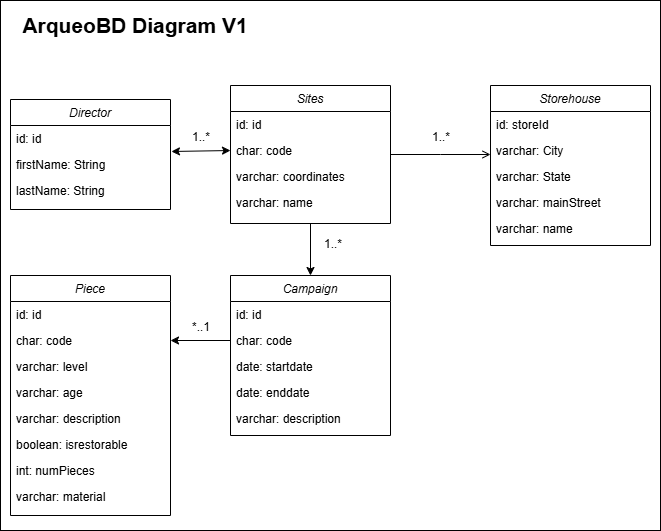
This is src/main/resources/arqueobddiagram.png from marcospaab/ArqueoBD, a draw.io export, as it was before one commit. Source tidied: cells renumbered, new cells last; positions are measured from the earlier drawing's top-left corner, leaving out a move shared by most shapes.
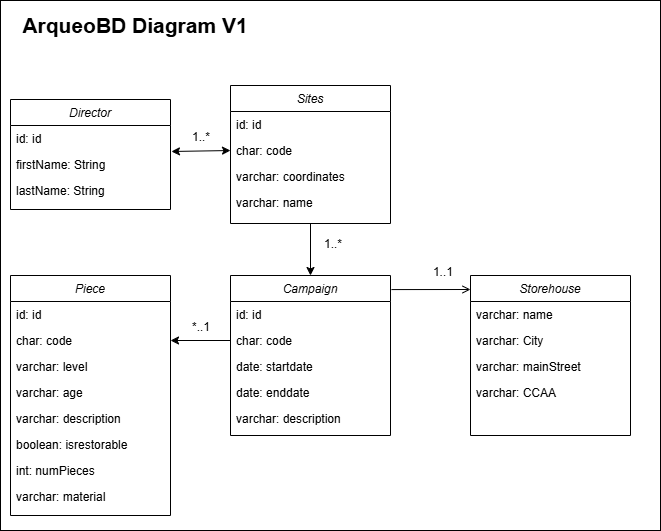
Above is the later version.

Commit message:
Cambios en la entidad Campaign. Aumento de test unitarios. Actualización del Diagrama de la Base de datos. Entidad embebida Storehouse.java

Change to the diagram source:
```diff
@@ -21,29 +21,26 @@
       <mxGeometry y="104" width="160" height="26" as="geometry" />
     </mxCell>
     <mxCell id="8" value="Storehouse" style="swimlane;fontStyle=2;align=center;verticalAlign=top;horizontal=1;startSize=26;rounded=0;shadow=0;strokeWidth=1;" parent="1" vertex="1">
-      <mxGeometry x="490" y="85" width="160" height="160" as="geometry" />
+      <mxGeometry x="470" y="275" width="160" height="160" as="geometry" />
     </mxCell>
-    <mxCell id="9" value="id: storeId" style="text;align=left;verticalAlign=top;spacingLeft=4;spacingRight=4;overflow=hidden;" parent="8" vertex="1">
-      <mxGeometry y="26" width="160" height="26" as="geometry" />
-    </mxCell>
+    <mxCell id="13" value="varchar: name" style="text;align=left;verticalAlign=top;spacingLeft=4;spacingRight=4;overflow=hidden;rounded=0;shadow=0;html=0;" parent="8" vertex="1">
+      <mxGeometry y="26" width="160" height="26" as="geometry" />
+    </mxCell>
     <mxCell id="10" value="varchar: City" style="text;align=left;verticalAlign=top;spacingLeft=4;spacingRight=4;overflow=hidden;rounded=0;shadow=0;html=0;" parent="8" vertex="1">
       <mxGeometry y="52" width="160" height="26" as="geometry" />
     </mxCell>
+    <mxCell id="12" value="varchar: mainStreet" style="text;align=left;verticalAlign=top;spacingLeft=4;spacingRight=4;overflow=hidden;rounded=0;shadow=0;html=0;" parent="8" vertex="1">
+      <mxGeometry y="78" width="160" height="26" as="geometry" />
+    </mxCell>
-    <mxCell id="11" value="varchar: State" style="text;align=left;verticalAlign=top;spacingLeft=4;spacingRight=4;overflow=hidden;rounded=0;shadow=0;html=0;" parent="8" vertex="1">
-      <mxGeometry y="78" width="160" height="26" as="geometry" />
+    <mxCell id="11" value="varchar: CCAA" style="text;align=left;verticalAlign=top;spacingLeft=4;spacingRight=4;overflow=hidden;rounded=0;shadow=0;html=0;" parent="8" vertex="1">
+      <mxGeometry y="104" width="160" height="26" as="geometry" />
     </mxCell>
-    <mxCell id="12" value="varchar: mainStreet" style="text;align=left;verticalAlign=top;spacingLeft=4;spacingRight=4;overflow=hidden;rounded=0;shadow=0;html=0;" parent="8" vertex="1">
-      <mxGeometry y="104" width="160" height="26" as="geometry" />
-    </mxCell>
-    <mxCell id="13" value="varchar: name" style="text;align=left;verticalAlign=top;spacingLeft=4;spacingRight=4;overflow=hidden;rounded=0;shadow=0;html=0;" parent="8" vertex="1">
-      <mxGeometry y="130" width="160" height="26" as="geometry" />
-    </mxCell>
-    <mxCell id="14" style="endArrow=open;shadow=0;strokeWidth=1;rounded=0;curved=0;endFill=1;edgeStyle=elbowEdgeStyle;elbow=vertical;" parent="1" edge="1" source="3" target="8">
+    <mxCell id="14" style="endArrow=open;shadow=0;strokeWidth=1;rounded=0;curved=0;endFill=1;edgeStyle=elbowEdgeStyle;elbow=vertical;exitX=1.006;exitY=0.088;exitDx=0;exitDy=0;exitPerimeter=0;" parent="1" edge="1" source="22" target="8">
       <mxGeometry x="0.5" y="41" relative="1" as="geometry">
         <mxPoint x="-40" y="32" as="offset" />
       </mxGeometry>
     </mxCell>
-    <mxCell id="15" value="1..*" style="align=left;verticalAlign=bottom;labelBackgroundColor=none;fontSize=12;" parent="14" vertex="1">
+    <mxCell id="15" value="1..1" style="align=left;verticalAlign=bottom;labelBackgroundColor=none;fontSize=12;" parent="14" vertex="1">
       <mxGeometry x="-1" relative="1" as="geometry">
         <mxPoint x="40" y="-9" as="offset" />
       </mxGeometry>
```
